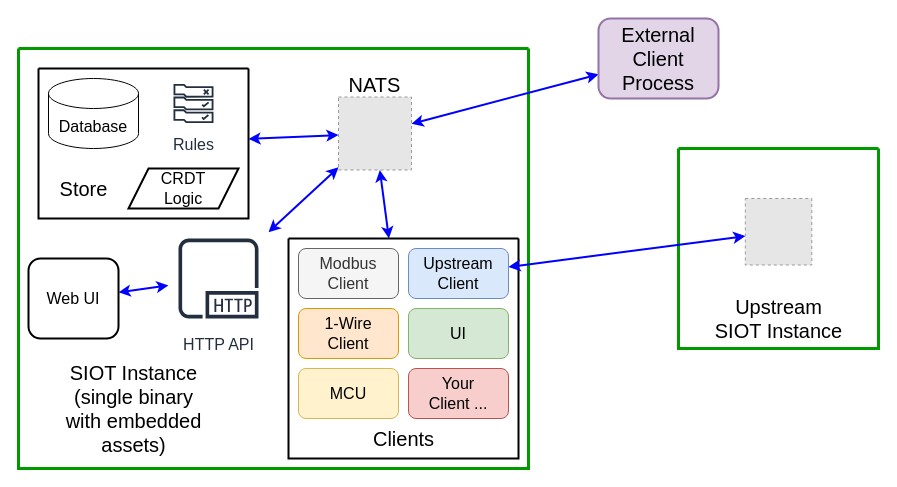
Above: page "arch app" (12 of 12) of docs/diagrams.drawio in simpleiot/simpleiot (draw.io), before the change. Source tidied: cells renumbered, new cells numbered last; positions are measured from the earlier drawing's top-left corner, leaving out a move shared by most shapes. Both pictures are drawn from the tidied source at 100%, with x=0, y=0 at pixel (18, 18). Pictures stored in the file or linked from it are replaced by grey dashed boxes.
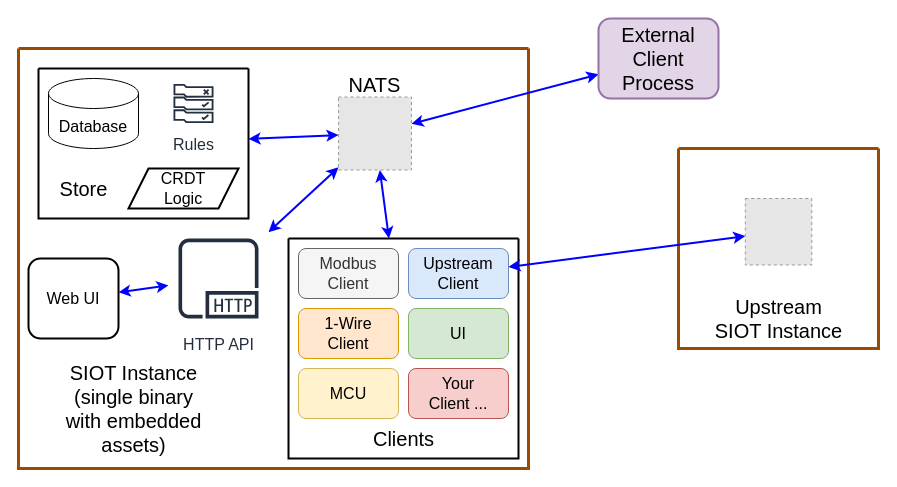
The same page after the edit.

Commit message (it also covers changes not shown here):
change border to brown

The edit, as a diff of the source:
```diff
@@
-    <mxCell id="2" style="swimlane;startSize=0;fontSize=16;strokeWidth=3;strokeColor=#009900;rounded=1;swimlaneLine=0;" parent="1" vertex="1">
+    <mxCell id="2" style="swimlane;startSize=0;fontSize=16;strokeWidth=3;strokeColor=#994C00;rounded=1;swimlaneLine=0;" parent="1" vertex="1">
       <mxGeometry y="30" width="510" height="420" as="geometry" />
     </mxCell>
@@
-    <mxCell id="24" style="swimlane;startSize=0;fontSize=16;strokeWidth=3;strokeColor=#009900;" parent="1" vertex="1">
+    <mxCell id="24" style="swimlane;startSize=0;fontSize=16;strokeWidth=3;strokeColor=#994C00;" parent="1" vertex="1">
       <mxGeometry x="660" y="130" width="200" height="200" as="geometry" />
     </mxCell>
```
